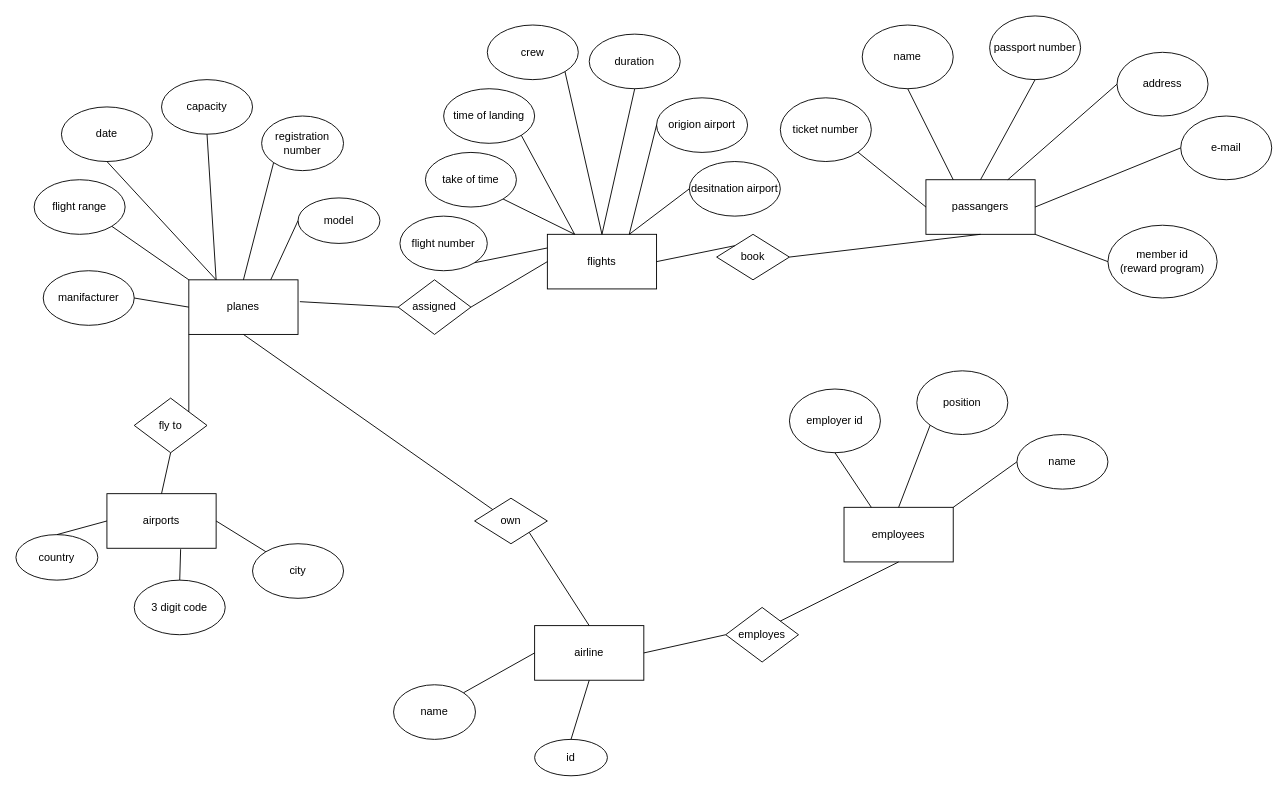
This is airline/relationship-model.drawio from CorneliaRoehrer/FE21-DBDev-Cornelia-Richard, a draw.io file, before an edit. Source tidied: cells renumbered, new cells numbered last; positions are measured from the earlier drawing's top-left corner, leaving out a move shared by most shapes. Both pictures are drawn from the tidied source at 91%, with x=0, y=0 at pixel (15, 15).
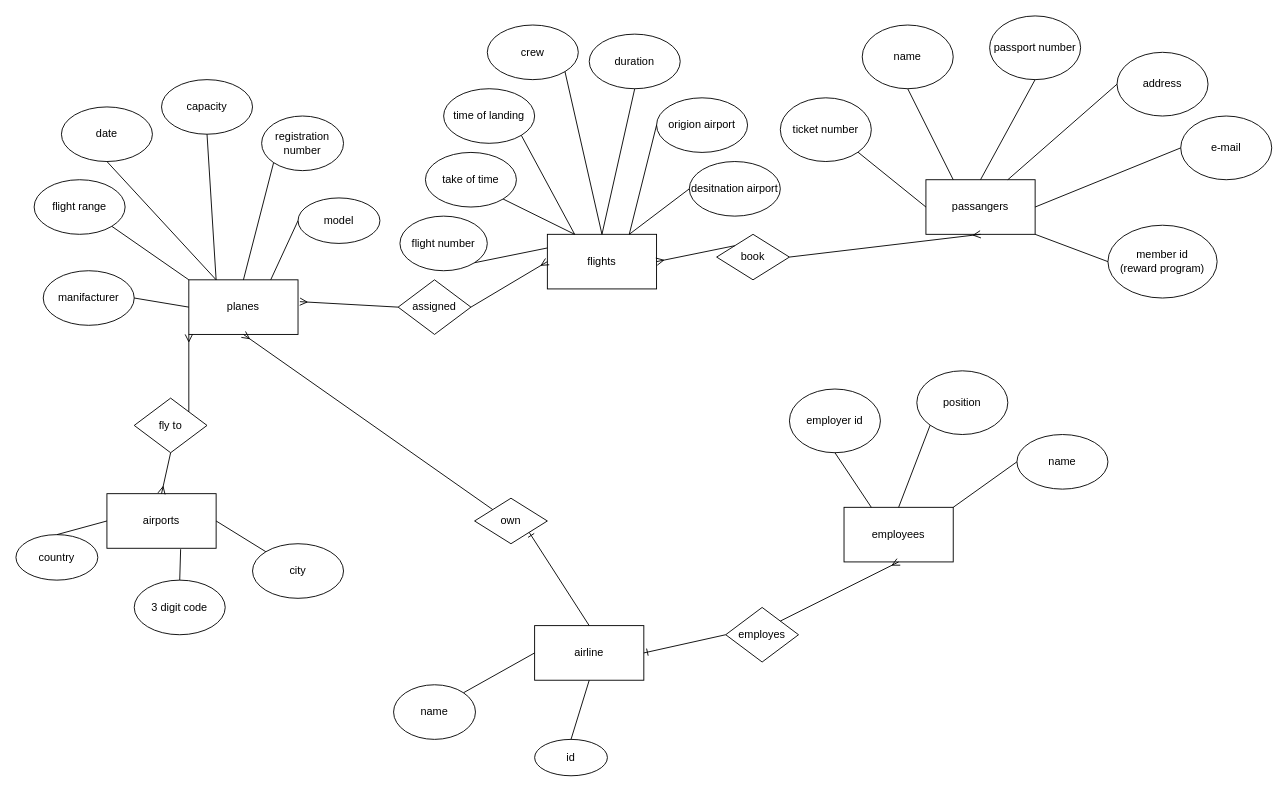
The same diagram, later.

The change refers to these unchanged cells:
```xml
<mxCell id="2" value="airline" style="rounded=0;whiteSpace=wrap;html=1;" parent="1" vertex="1">
  <mxGeometry x="570" y="670" width="120" height="60" as="geometry" />
</mxCell>
<mxCell id="3" value="passangers" style="rounded=0;whiteSpace=wrap;html=1;" parent="1" vertex="1">
  <mxGeometry x="1000" y="180" width="120" height="60" as="geometry" />
</mxCell>
<mxCell id="4" value="planes" style="rounded=0;whiteSpace=wrap;html=1;" parent="1" vertex="1">
  <mxGeometry x="190" y="290" width="120" height="60" as="geometry" />
</mxCell>
<mxCell id="5" value="flights" style="rounded=0;whiteSpace=wrap;html=1;" parent="1" vertex="1">
  <mxGeometry x="584" y="240" width="120" height="60" as="geometry" />
</mxCell>
<mxCell id="6" value="airports" style="rounded=0;whiteSpace=wrap;html=1;" parent="1" vertex="1">
  <mxGeometry x="100" y="525" width="120" height="60" as="geometry" />
</mxCell>
<mxCell id="7" value="employees" style="rounded=0;whiteSpace=wrap;html=1;" parent="1" vertex="1">
  <mxGeometry x="910" y="540" width="120" height="60" as="geometry" />
</mxCell>
<mxCell id="8" value="book" style="rhombus;whiteSpace=wrap;html=1;" parent="1" vertex="1">
  <mxGeometry x="770" y="240" width="80" height="50" as="geometry" />
</mxCell>
<mxCell id="11" value="fly to" style="rhombus;whiteSpace=wrap;html=1;" parent="1" vertex="1">
  <mxGeometry x="130" y="420" width="80" height="60" as="geometry" />
</mxCell>
<mxCell id="14" value="employes" style="rhombus;whiteSpace=wrap;html=1;" parent="1" vertex="1">
  <mxGeometry x="780" y="650" width="80" height="60" as="geometry" />
</mxCell>
<mxCell id="17" value="own" style="rhombus;whiteSpace=wrap;html=1;" parent="1" vertex="1">
  <mxGeometry x="504" y="530" width="80" height="50" as="geometry" />
</mxCell>
<mxCell id="42" value="assigned" style="rhombus;whiteSpace=wrap;html=1;" parent="1" vertex="1">
  <mxGeometry x="420" y="290" width="80" height="60" as="geometry" />
</mxCell>
```

Diff of the diagram source:
```diff
@@
-    <mxCell id="9" style="endArrow=none;html=1;entryX=1;entryY=0.5;entryDx=0;entryDy=0;exitX=0.5;exitY=1;exitDx=0;exitDy=0;" parent="1" edge="1" source="3" target="8">
+    <mxCell id="9" style="endArrow=none;html=1;entryX=1;entryY=0.5;entryDx=0;entryDy=0;exitX=0.5;exitY=1;exitDx=0;exitDy=0;endFill=0;startArrow=ERmany;startFill=0;" parent="1" edge="1" source="3" target="8">
       <mxGeometry relative="1" as="geometry" />
     </mxCell>
-    <mxCell id="10" style="endArrow=none;html=1;entryX=0;entryY=0;entryDx=0;entryDy=0;exitX=1;exitY=0.5;exitDx=0;exitDy=0;" parent="1" edge="1" source="5" target="8">
+    <mxCell id="10" style="endArrow=none;html=1;entryX=0;entryY=0;entryDx=0;entryDy=0;exitX=1;exitY=0.5;exitDx=0;exitDy=0;startArrow=ERmany;startFill=0;" parent="1" edge="1" source="5" target="8">
       <mxGeometry relative="1" as="geometry" />
     </mxCell>
@@
-    <mxCell id="12" style="endArrow=none;html=1;entryX=0;entryY=1;entryDx=0;entryDy=0;exitX=1;exitY=0;exitDx=0;exitDy=0;" parent="1" edge="1" source="11" target="4">
+    <mxCell id="12" style="endArrow=ERmany;html=1;entryX=0;entryY=1;entryDx=0;entryDy=0;exitX=1;exitY=0;exitDx=0;exitDy=0;startArrow=none;startFill=0;endFill=0;" parent="1" edge="1" source="11" target="4">
       <mxGeometry relative="1" as="geometry" />
     </mxCell>
-    <mxCell id="13" style="endArrow=none;html=1;entryX=0.5;entryY=1;entryDx=0;entryDy=0;exitX=0.5;exitY=0;exitDx=0;exitDy=0;" parent="1" edge="1" source="6" target="11">
+    <mxCell id="13" style="endArrow=none;html=1;entryX=0.5;entryY=1;entryDx=0;entryDy=0;exitX=0.5;exitY=0;exitDx=0;exitDy=0;endFill=0;startArrow=ERmany;startFill=0;" parent="1" edge="1" source="6" target="11">
       <mxGeometry relative="1" as="geometry" />
     </mxCell>
@@
-    <mxCell id="15" style="endArrow=none;html=1;exitX=1;exitY=0.5;exitDx=0;exitDy=0;entryX=0;entryY=0.5;entryDx=0;entryDy=0;" parent="1" edge="1" source="2" target="14">
+    <mxCell id="15" style="endArrow=none;html=1;exitX=1;exitY=0.5;exitDx=0;exitDy=0;entryX=0;entryY=0.5;entryDx=0;entryDy=0;startArrow=ERone;startFill=0;" parent="1" edge="1" source="2" target="14">
       <mxGeometry relative="1" as="geometry" />
     </mxCell>
-    <mxCell id="16" style="endArrow=none;html=1;exitX=1;exitY=0;exitDx=0;exitDy=0;entryX=0.5;entryY=1;entryDx=0;entryDy=0;" parent="1" edge="1" source="14" target="7">
+    <mxCell id="16" style="endArrow=ERmany;html=1;exitX=1;exitY=0;exitDx=0;exitDy=0;entryX=0.5;entryY=1;entryDx=0;entryDy=0;endFill=0;" parent="1" edge="1" source="14" target="7">
       <mxGeometry relative="1" as="geometry" />
     </mxCell>
@@
-    <mxCell id="18" style="endArrow=none;html=1;exitX=1;exitY=1;exitDx=0;exitDy=0;entryX=0.5;entryY=0;entryDx=0;entryDy=0;" parent="1" edge="1" source="17" target="2">
+    <mxCell id="18" style="endArrow=none;html=1;exitX=1;exitY=1;exitDx=0;exitDy=0;entryX=0.5;entryY=0;entryDx=0;entryDy=0;startArrow=ERone;startFill=0;" parent="1" edge="1" source="17" target="2">
       <mxGeometry relative="1" as="geometry" />
     </mxCell>
-    <mxCell id="19" style="endArrow=none;html=1;exitX=0;exitY=0;exitDx=0;exitDy=0;entryX=0.5;entryY=1;entryDx=0;entryDy=0;" parent="1" edge="1" source="17" target="4">
+    <mxCell id="19" style="endArrow=ERmany;html=1;exitX=0;exitY=0;exitDx=0;exitDy=0;entryX=0.5;entryY=1;entryDx=0;entryDy=0;endFill=0;" parent="1" edge="1" source="17" target="4">
       <mxGeometry relative="1" as="geometry" />
     </mxCell>
-    <mxCell id="20" style="endArrow=none;html=1;exitX=1.017;exitY=0.4;exitDx=0;exitDy=0;exitPerimeter=0;entryX=0;entryY=0.5;entryDx=0;entryDy=0;" parent="1" edge="1" source="4" target="42">
+    <mxCell id="20" style="endArrow=none;html=1;exitX=1.017;exitY=0.4;exitDx=0;exitDy=0;exitPerimeter=0;entryX=0;entryY=0.5;entryDx=0;entryDy=0;startArrow=ERmany;startFill=0;" parent="1" edge="1" source="4" target="42">
       <mxGeometry relative="1" as="geometry" />
     </mxCell>
@@
-    <mxCell id="43" style="endArrow=none;html=1;exitX=1;exitY=0.5;exitDx=0;exitDy=0;entryX=0;entryY=0.5;entryDx=0;entryDy=0;" parent="1" edge="1" source="42" target="5">
+    <mxCell id="43" style="endArrow=ERmany;html=1;exitX=1;exitY=0.5;exitDx=0;exitDy=0;entryX=0;entryY=0.5;entryDx=0;entryDy=0;endFill=0;" parent="1" edge="1" source="42" target="5">
       <mxGeometry relative="1" as="geometry" />
     </mxCell>
```
